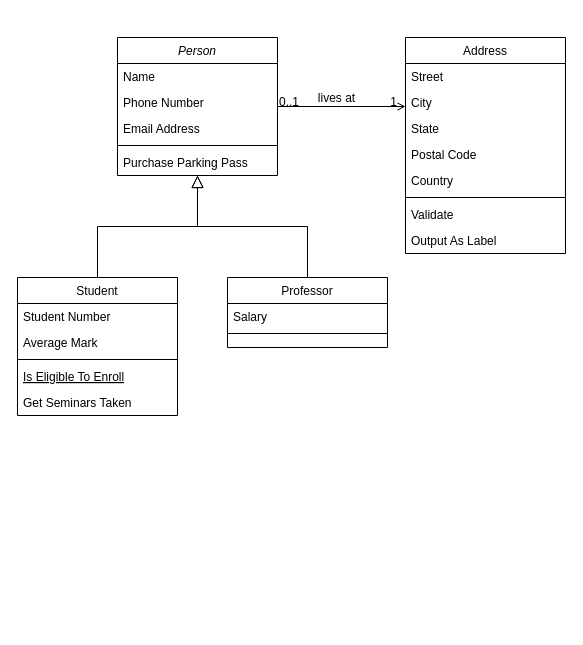
makoto1998/dotinstall.github.io keeps this draw.io diagram as 名称未設定ファイル.drawio. Above is the earlier version. Source tidied: cells renumbered, new cells numbered last; positions are measured from the earlier drawing's top-left corner, leaving out a move shared by most shapes. Both pictures are drawn from the tidied source at 100%, with x=0, y=0 at pixel (17, 37).
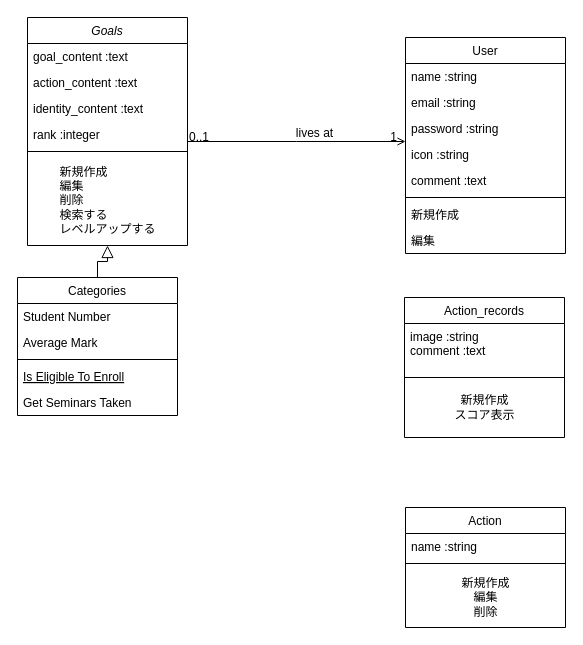
The same page after the edit.

Commit message:
ポートフォリオ作成.drawio を更新します

What changed in the source:
```diff
@@
-    <mxCell id="2" value="Person" style="swimlane;fontStyle=2;align=center;verticalAlign=top;horizontal=1;startSize=26;rounded=0;shadow=0;strokeWidth=1;" parent="1" vertex="1">
-      <mxGeometry x="100" width="160" height="138" as="geometry" />
+    <mxCell id="2" value="Goals" style="swimlane;fontStyle=2;align=center;verticalAlign=top;horizontal=1;startSize=26;rounded=0;shadow=0;strokeWidth=1;" parent="1" vertex="1">
+      <mxGeometry x="10" y="-20" width="160" height="228" as="geometry" />
     </mxCell>
-    <mxCell id="3" value="Name" style="text;align=left;verticalAlign=top;spacingLeft=4;spacingRight=4;overflow=hidden;" parent="2" vertex="1">
+    <mxCell id="3" value="goal_content :text" style="text;align=left;verticalAlign=top;spacingLeft=4;spacingRight=4;overflow=hidden;" parent="2" vertex="1">
       <mxGeometry y="26" width="160" height="26" as="geometry" />
     </mxCell>
-    <mxCell id="4" value="Phone Number" style="text;align=left;verticalAlign=top;spacingLeft=4;spacingRight=4;overflow=hidden;rounded=0;shadow=0;html=0;" parent="2" vertex="1">
+    <mxCell id="4" value="action_content :text" style="text;align=left;verticalAlign=top;spacingLeft=4;spacingRight=4;overflow=hidden;rounded=0;shadow=0;html=0;" parent="2" vertex="1">
       <mxGeometry y="52" width="160" height="26" as="geometry" />
     </mxCell>
-    <mxCell id="5" value="Email Address" style="text;align=left;verticalAlign=top;spacingLeft=4;spacingRight=4;overflow=hidden;rounded=0;shadow=0;html=0;" parent="2" vertex="1">
+    <mxCell id="5" value="identity_content :text" style="text;align=left;verticalAlign=top;spacingLeft=4;spacingRight=4;overflow=hidden;rounded=0;shadow=0;html=0;" parent="2" vertex="1">
       <mxGeometry y="78" width="160" height="26" as="geometry" />
     </mxCell>
+    <mxCell id="32" value="rank :integer" style="text;align=left;verticalAlign=top;spacingLeft=4;spacingRight=4;overflow=hidden;rounded=0;shadow=0;html=0;" parent="2" vertex="1">
+      <mxGeometry y="104" width="160" height="26" as="geometry" />
+    </mxCell>
     <mxCell id="6" style="line;html=1;strokeWidth=1;align=left;verticalAlign=middle;spacingTop=-1;spacingLeft=3;spacingRight=3;labelPosition=right;" parent="2" vertex="1">
-      <mxGeometry y="104" width="160" height="8" as="geometry" />
+      <mxGeometry y="130" width="160" height="8" as="geometry" />
     </mxCell>
-    <mxCell id="7" value="Purchase Parking Pass" style="text;align=left;verticalAlign=top;spacingLeft=4;spacingRight=4;overflow=hidden;" parent="2" vertex="1">
-      <mxGeometry y="112" width="160" height="26" as="geometry" />
-    </mxCell>
+    <mxCell id="33" value="&lt;div style=&quot;text-align: left;&quot;&gt;&lt;span style=&quot;background-color: initial;&quot;&gt;新規作成&lt;/span&gt;&lt;/div&gt;&lt;div style=&quot;text-align: left;&quot;&gt;&lt;span style=&quot;background-color: initial;&quot;&gt;編集&lt;/span&gt;&lt;/div&gt;&lt;div style=&quot;text-align: left;&quot;&gt;&lt;span style=&quot;background-color: initial;&quot;&gt;削除&lt;/span&gt;&lt;/div&gt;&lt;div style=&quot;text-align: left;&quot;&gt;&lt;span style=&quot;background-color: initial;&quot;&gt;検索する&lt;/span&gt;&lt;/div&gt;&lt;div style=&quot;text-align: left;&quot;&gt;&lt;span style=&quot;background-color: initial;&quot;&gt;レベルアップする&lt;/span&gt;&lt;/div&gt;" style="text;html=1;align=center;verticalAlign=middle;strokeColor=none;fillColor=none;" parent="2" vertex="1">
+      <mxGeometry y="138" width="160" height="90" as="geometry" />
+    </mxCell>
-    <mxCell id="8" value="Student" style="swimlane;fontStyle=0;align=center;verticalAlign=top;horizontal=1;startSize=26;rounded=0;shadow=0;strokeWidth=1;" parent="1" vertex="1">
+    <mxCell id="8" value="Categories&#10;" style="swimlane;fontStyle=0;align=center;verticalAlign=top;horizontal=1;startSize=26;rounded=0;shadow=0;strokeWidth=1;" parent="1" vertex="1">
       <mxGeometry y="240" width="160" height="138" as="geometry" />
     </mxCell>
@@
-    <mxCell id="15" value="Professor" style="swimlane;fontStyle=0;align=center;verticalAlign=top;horizontal=1;startSize=26;rounded=0;shadow=0;strokeWidth=1;" parent="1" vertex="1">
-      <mxGeometry x="210" y="240" width="160" height="70" as="geometry" />
+    <mxCell id="15" value="Action_records&#10;&#10;" style="swimlane;fontStyle=0;align=center;verticalAlign=top;horizontal=1;startSize=26;rounded=0;shadow=0;strokeWidth=1;" parent="1" vertex="1">
+      <mxGeometry x="387" y="260" width="160" height="140" as="geometry" />
     </mxCell>
-    <mxCell id="16" value="Salary" style="text;align=left;verticalAlign=top;spacingLeft=4;spacingRight=4;overflow=hidden;" parent="15" vertex="1">
-      <mxGeometry y="26" width="160" height="26" as="geometry" />
+    <mxCell id="16" value="image :string&#10;comment :text&#10;" style="text;align=left;verticalAlign=top;spacingLeft=4;spacingRight=4;overflow=hidden;" parent="15" vertex="1">
+      <mxGeometry y="26" width="160" height="44" as="geometry" />
     </mxCell>
     <mxCell id="17" style="line;html=1;strokeWidth=1;align=left;verticalAlign=middle;spacingTop=-1;spacingLeft=3;spacingRight=3;labelPosition=right;" parent="15" vertex="1">
-      <mxGeometry y="52" width="160" height="8" as="geometry" />
+      <mxGeometry y="70" width="160" height="20" as="geometry" />
     </mxCell>
-    <mxCell id="18" style="endArrow=block;endSize=10;endFill=0;shadow=0;strokeWidth=1;rounded=0;edgeStyle=elbowEdgeStyle;elbow=vertical;" parent="1" edge="1" source="15" target="2">
-      <mxGeometry relative="1" as="geometry" />
-    </mxCell>
+    <mxCell id="34" value="新規作成&lt;br&gt;スコア表示&lt;br&gt;" style="text;html=1;align=center;verticalAlign=middle;strokeColor=none;fillColor=none;" parent="15" vertex="1">
+      <mxGeometry y="90" width="160" height="40" as="geometry" />
+    </mxCell>
-    <mxCell id="19" value="Address" style="swimlane;fontStyle=0;align=center;verticalAlign=top;horizontal=1;startSize=26;rounded=0;shadow=0;strokeWidth=1;" parent="1" vertex="1">
+    <mxCell id="19" value="User" style="swimlane;fontStyle=0;align=center;verticalAlign=top;horizontal=1;startSize=26;rounded=0;shadow=0;strokeWidth=1;" parent="1" vertex="1">
       <mxGeometry x="388" width="160" height="216" as="geometry" />
     </mxCell>
-    <mxCell id="20" value="Street" style="text;align=left;verticalAlign=top;spacingLeft=4;spacingRight=4;overflow=hidden;" parent="19" vertex="1">
+    <mxCell id="20" value="name :string&#10;" style="text;align=left;verticalAlign=top;spacingLeft=4;spacingRight=4;overflow=hidden;" parent="19" vertex="1">
       <mxGeometry y="26" width="160" height="26" as="geometry" />
     </mxCell>
-    <mxCell id="21" value="City" style="text;align=left;verticalAlign=top;spacingLeft=4;spacingRight=4;overflow=hidden;rounded=0;shadow=0;html=0;" parent="19" vertex="1">
+    <mxCell id="21" value="email :string&#10;" style="text;align=left;verticalAlign=top;spacingLeft=4;spacingRight=4;overflow=hidden;rounded=0;shadow=0;html=0;" parent="19" vertex="1">
       <mxGeometry y="52" width="160" height="26" as="geometry" />
     </mxCell>
-    <mxCell id="22" value="State" style="text;align=left;verticalAlign=top;spacingLeft=4;spacingRight=4;overflow=hidden;rounded=0;shadow=0;html=0;" parent="19" vertex="1">
+    <mxCell id="22" value="password :string" style="text;align=left;verticalAlign=top;spacingLeft=4;spacingRight=4;overflow=hidden;rounded=0;shadow=0;html=0;" parent="19" vertex="1">
       <mxGeometry y="78" width="160" height="26" as="geometry" />
     </mxCell>
-    <mxCell id="23" value="Postal Code" style="text;align=left;verticalAlign=top;spacingLeft=4;spacingRight=4;overflow=hidden;rounded=0;shadow=0;html=0;" parent="19" vertex="1">
+    <mxCell id="23" value="icon :string" style="text;align=left;verticalAlign=top;spacingLeft=4;spacingRight=4;overflow=hidden;rounded=0;shadow=0;html=0;" parent="19" vertex="1">
       <mxGeometry y="104" width="160" height="26" as="geometry" />
     </mxCell>
-    <mxCell id="24" value="Country" style="text;align=left;verticalAlign=top;spacingLeft=4;spacingRight=4;overflow=hidden;rounded=0;shadow=0;html=0;" parent="19" vertex="1">
+    <mxCell id="24" value="comment :text" style="text;align=left;verticalAlign=top;spacingLeft=4;spacingRight=4;overflow=hidden;rounded=0;shadow=0;html=0;" parent="19" vertex="1">
       <mxGeometry y="130" width="160" height="26" as="geometry" />
     </mxCell>
@@
-    <mxCell id="26" value="Validate" style="text;align=left;verticalAlign=top;spacingLeft=4;spacingRight=4;overflow=hidden;" parent="19" vertex="1">
+    <mxCell id="26" value="新規作成" style="text;align=left;verticalAlign=top;spacingLeft=4;spacingRight=4;overflow=hidden;" parent="19" vertex="1">
       <mxGeometry y="164" width="160" height="26" as="geometry" />
     </mxCell>
-    <mxCell id="27" value="Output As Label" style="text;align=left;verticalAlign=top;spacingLeft=4;spacingRight=4;overflow=hidden;" parent="19" vertex="1">
+    <mxCell id="27" value="編集" style="text;align=left;verticalAlign=top;spacingLeft=4;spacingRight=4;overflow=hidden;" parent="19" vertex="1">
       <mxGeometry y="190" width="160" height="26" as="geometry" />
     </mxCell>
@@
+    <mxCell id="35" value="Action&#10;" style="swimlane;fontStyle=0;align=center;verticalAlign=top;horizontal=1;startSize=26;rounded=0;shadow=0;strokeWidth=1;" parent="1" vertex="1">
+      <mxGeometry x="388" y="470" width="160" height="120" as="geometry" />
+    </mxCell>
+    <mxCell id="36" value="name :string" style="text;align=left;verticalAlign=top;spacingLeft=4;spacingRight=4;overflow=hidden;" parent="35" vertex="1">
+      <mxGeometry y="26" width="160" height="26" as="geometry" />
+    </mxCell>
+    <mxCell id="37" style="line;html=1;strokeWidth=1;align=left;verticalAlign=middle;spacingTop=-1;spacingLeft=3;spacingRight=3;labelPosition=right;" parent="35" vertex="1">
+      <mxGeometry y="52" width="160" height="8" as="geometry" />
+    </mxCell>
+    <mxCell id="38" value="新規作成&lt;br&gt;編集&lt;br&gt;削除&lt;br&gt;" style="text;html=1;align=center;verticalAlign=middle;strokeColor=none;fillColor=none;" parent="35" vertex="1">
+      <mxGeometry y="60" width="160" height="60" as="geometry" />
+    </mxCell>
```
